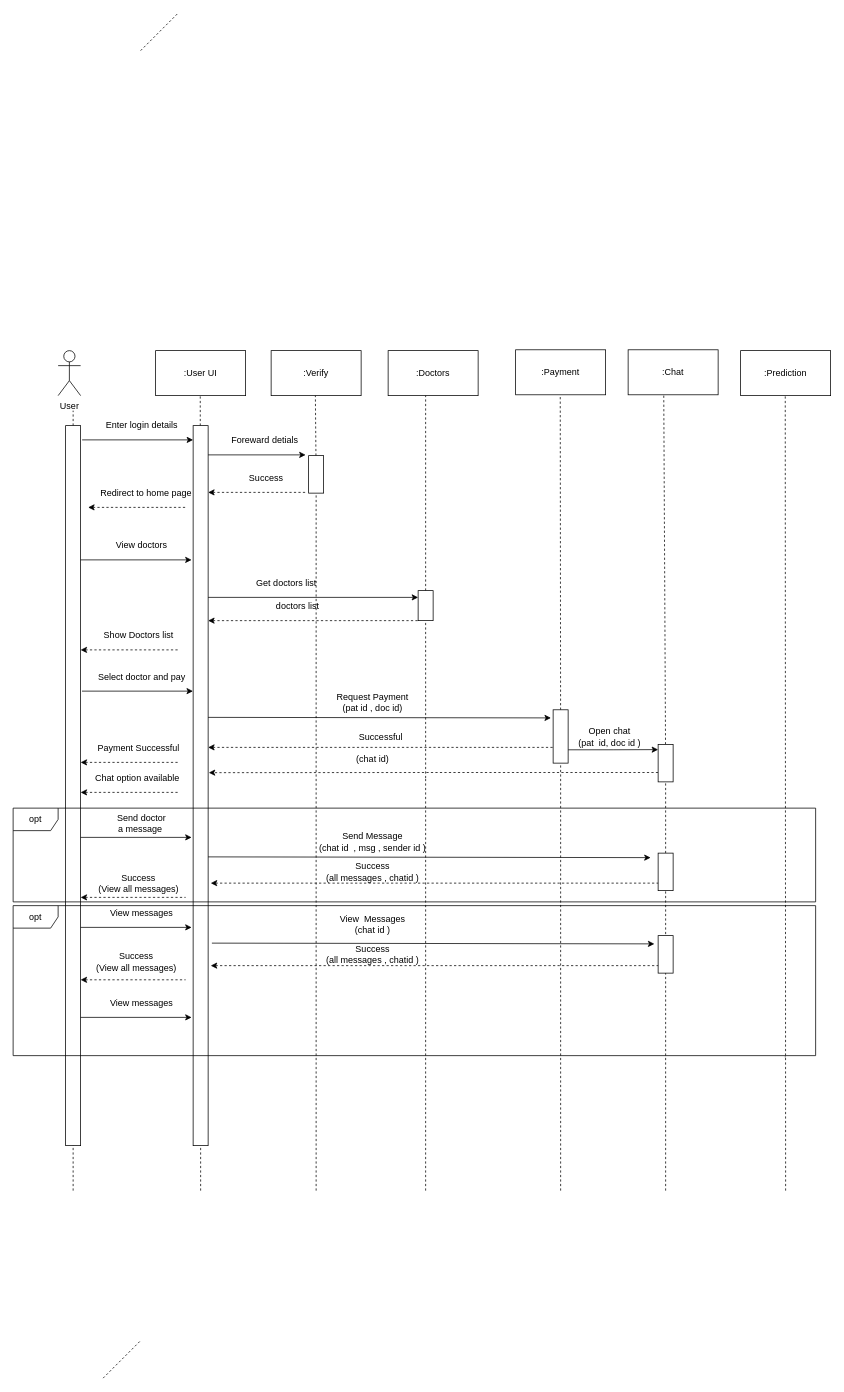
MohitBurkule/doctorconnect keeps this draw.io diagram as page "sequence diagram" (8 of 14) of stqa.drawio. Above is the earlier version. Source tidied: cells renumbered, new cells numbered last; positions are measured from the earlier drawing's top-left corner, leaving out a move shared by most shapes. Both pictures are drawn from the tidied source at 75%, with x=0, y=0 at pixel (13, 13).
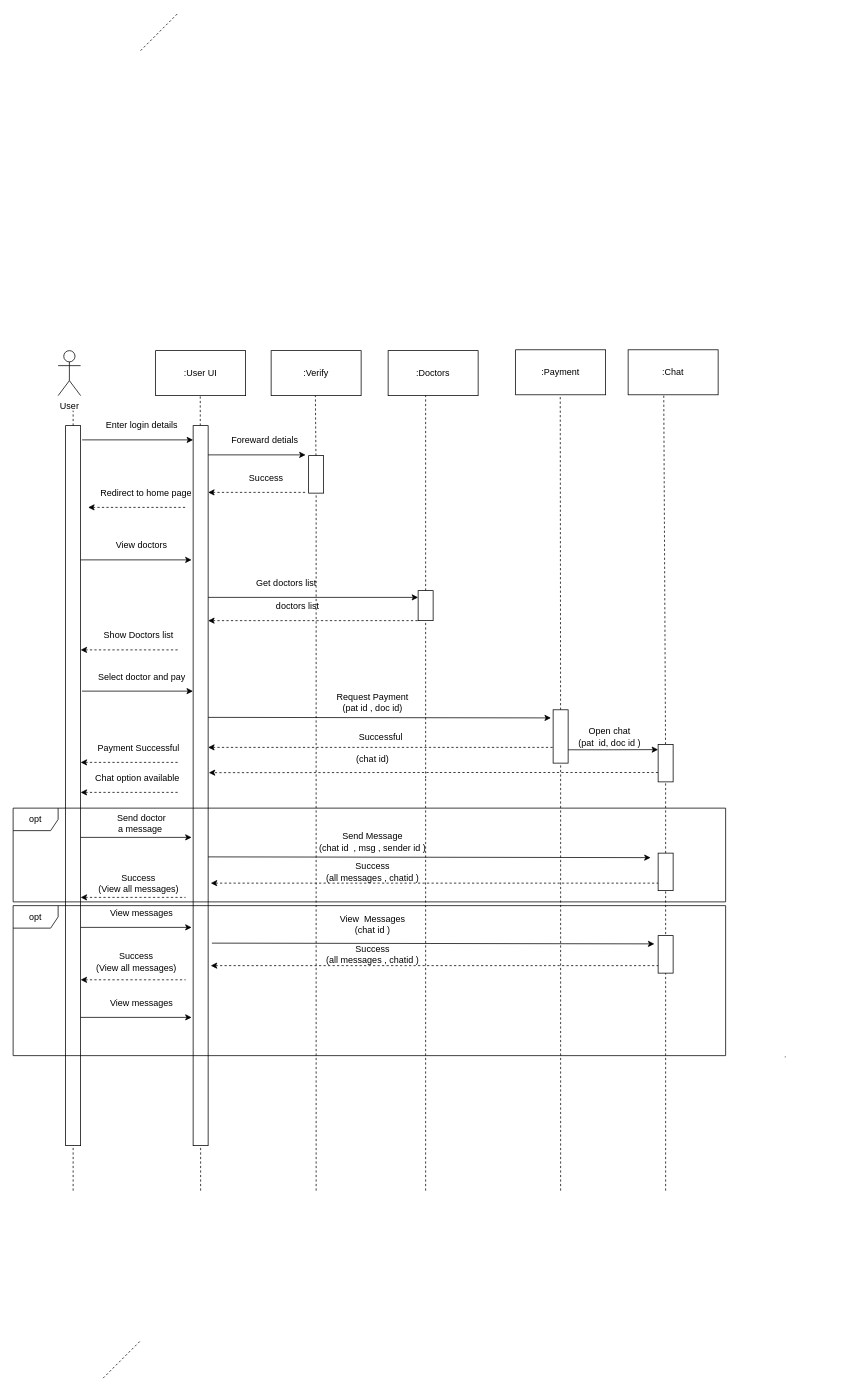
The same diagram, later.

The edit, as a diff of the source:
```diff
@@
-    <mxCell id="90" value=":Prediction" style="rounded=0;whiteSpace=wrap;html=1;fontSize=12;" parent="1" vertex="1">
-      <mxGeometry x="970" y="450" width="120" height="60" as="geometry" />
-    </mxCell>
-    <mxCell id="91" style="endArrow=none;dashed=1;html=1;strokeColor=#000000;fillColor=#ffffff;fontSize=12;" parent="1" edge="1">
-      <mxGeometry relative="1" as="geometry">
-        <mxPoint x="1030" y="1570" as="sourcePoint" />
-        <mxPoint x="1029.5" y="510" as="targetPoint" />
-      </mxGeometry>
-    </mxCell>
@@
     <mxCell id="96" value="opt" style="shape=umlFrame;whiteSpace=wrap;html=1;" parent="1" vertex="1">
-      <mxGeometry y="1190" width="1070" height="200" as="geometry" />
+      <mxGeometry y="1190" width="950" height="200" as="geometry" />
     </mxCell>
     <mxCell id="97" value="opt" style="shape=umlFrame;whiteSpace=wrap;html=1;" parent="1" vertex="1">
-      <mxGeometry y="1060" width="1070" height="125" as="geometry" />
+      <mxGeometry y="1060" width="950" height="125" as="geometry" />
     </mxCell>
```
